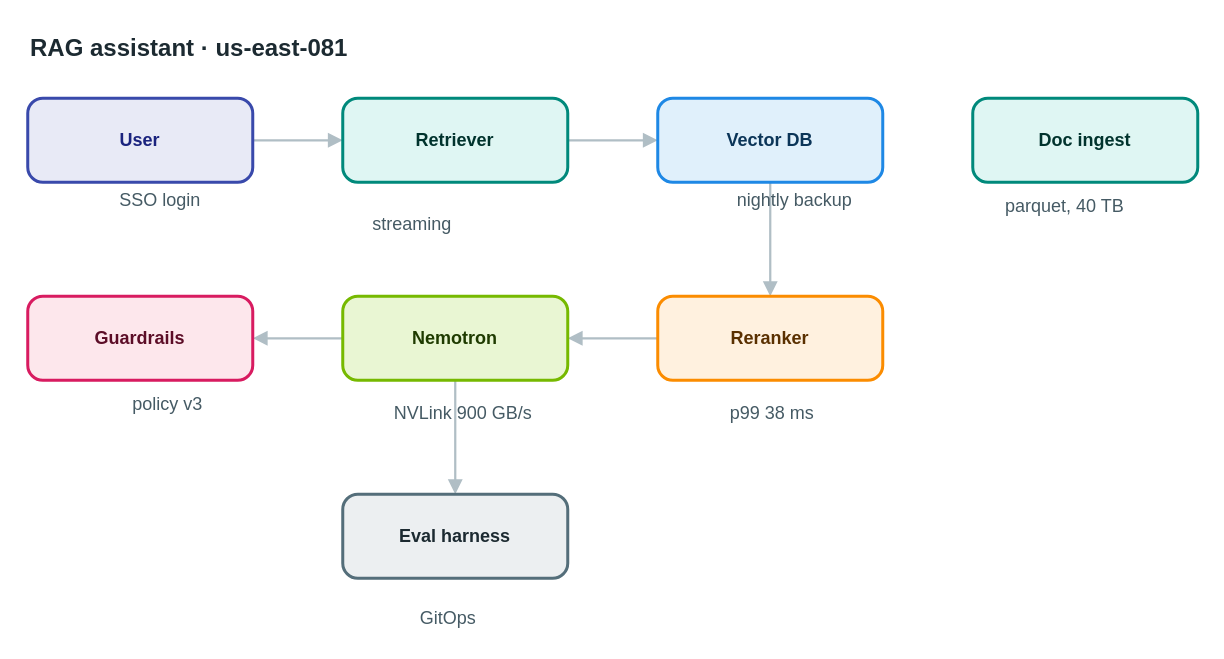
Earlier version of the draw.io diagram apps/web/public/samples/library/081-rag-assistant.drawio (AryanG01/open-apprentice). Source tidied: cells renumbered, new cells numbered last; positions are measured from the earlier drawing's top-left corner, leaving out a move shared by most shapes. Both pictures are drawn from the tidied source at 150%, with x=0, y=0 at pixel (27, 26).
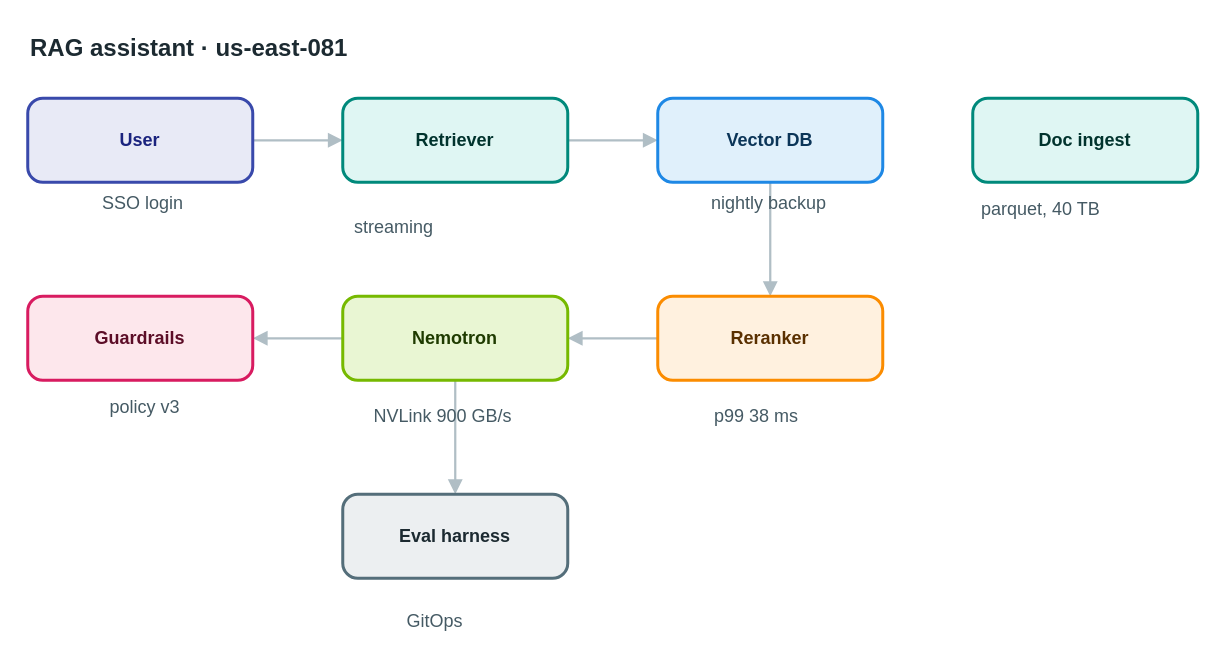
The same diagram, later.

The edit, as a diff of the source:
```diff
@@
-    <mxCell id="17" value="SSO login" style="text;html=1;align=center;verticalAlign=middle;whiteSpace=nowrap;strokeColor=none;fillColor=none;fontSize=12;fontColor=#455a64;" parent="1" vertex="1">
+    <mxCell id="17" value="SSO login" style="text;html=1;align=left;verticalAlign=top;whiteSpace=nowrap;spacing=0;spacingTop=0;strokeColor=none;fillColor=none;fontSize=12;fontColor=#455a64;" parent="1" vertex="1">
       <mxGeometry x="50" y="106" width="75" height="20" as="geometry" />
     </mxCell>
-    <mxCell id="18" value="streaming" style="text;html=1;align=center;verticalAlign=middle;whiteSpace=nowrap;strokeColor=none;fillColor=none;fontSize=12;fontColor=#455a64;" parent="1" vertex="1">
+    <mxCell id="18" value="streaming" style="text;html=1;align=left;verticalAlign=top;whiteSpace=nowrap;spacing=0;spacingTop=0;strokeColor=none;fillColor=none;fontSize=12;fontColor=#455a64;" parent="1" vertex="1">
       <mxGeometry x="218" y="122" width="75" height="20" as="geometry" />
     </mxCell>
-    <mxCell id="19" value="nightly backup" style="text;html=1;align=center;verticalAlign=middle;whiteSpace=nowrap;strokeColor=none;fillColor=none;fontSize=12;fontColor=#455a64;" parent="1" vertex="1">
+    <mxCell id="19" value="nightly backup" style="text;html=1;align=left;verticalAlign=top;whiteSpace=nowrap;spacing=0;spacingTop=0;strokeColor=none;fillColor=none;fontSize=12;fontColor=#455a64;" parent="1" vertex="1">
       <mxGeometry x="456" y="106" width="110" height="20" as="geometry" />
     </mxCell>
-    <mxCell id="20" value="p99 38 ms" style="text;html=1;align=center;verticalAlign=middle;whiteSpace=nowrap;strokeColor=none;fillColor=none;fontSize=12;fontColor=#455a64;" parent="1" vertex="1">
+    <mxCell id="20" value="p99 38 ms" style="text;html=1;align=left;verticalAlign=top;whiteSpace=nowrap;spacing=0;spacingTop=0;strokeColor=none;fillColor=none;fontSize=12;fontColor=#455a64;" parent="1" vertex="1">
       <mxGeometry x="458" y="248" width="75" height="20" as="geometry" />
     </mxCell>
-    <mxCell id="21" value="NVLink 900 GB/s" style="text;html=1;align=center;verticalAlign=middle;whiteSpace=nowrap;strokeColor=none;fillColor=none;fontSize=12;fontColor=#455a64;" parent="1" vertex="1">
+    <mxCell id="21" value="NVLink 900 GB/s" style="text;html=1;align=left;verticalAlign=top;whiteSpace=nowrap;spacing=0;spacingTop=0;strokeColor=none;fillColor=none;fontSize=12;fontColor=#455a64;" parent="1" vertex="1">
       <mxGeometry x="231" y="248" width="117" height="20" as="geometry" />
     </mxCell>
-    <mxCell id="22" value="policy v3" style="text;html=1;align=center;verticalAlign=middle;whiteSpace=nowrap;strokeColor=none;fillColor=none;fontSize=12;fontColor=#455a64;" parent="1" vertex="1">
+    <mxCell id="22" value="policy v3" style="text;html=1;align=left;verticalAlign=top;whiteSpace=nowrap;spacing=0;spacingTop=0;strokeColor=none;fillColor=none;fontSize=12;fontColor=#455a64;" parent="1" vertex="1">
       <mxGeometry x="55" y="242" width="75" height="20" as="geometry" />
     </mxCell>
-    <mxCell id="23" value="parquet, 40 TB" style="text;html=1;align=center;verticalAlign=middle;whiteSpace=nowrap;strokeColor=none;fillColor=none;fontSize=12;fontColor=#455a64;" parent="1" vertex="1">
+    <mxCell id="23" value="parquet, 40 TB" style="text;html=1;align=left;verticalAlign=top;whiteSpace=nowrap;spacing=0;spacingTop=0;strokeColor=none;fillColor=none;fontSize=12;fontColor=#455a64;" parent="1" vertex="1">
       <mxGeometry x="636" y="110" width="110" height="20" as="geometry" />
     </mxCell>
-    <mxCell id="24" value="GitOps" style="text;html=1;align=center;verticalAlign=middle;whiteSpace=nowrap;strokeColor=none;fillColor=none;fontSize=12;fontColor=#455a64;" parent="1" vertex="1">
+    <mxCell id="24" value="GitOps" style="text;html=1;align=left;verticalAlign=top;whiteSpace=nowrap;spacing=0;spacingTop=0;strokeColor=none;fillColor=none;fontSize=12;fontColor=#455a64;" parent="1" vertex="1">
       <mxGeometry x="253" y="385" width="54" height="20" as="geometry" />
     </mxCell>
```
